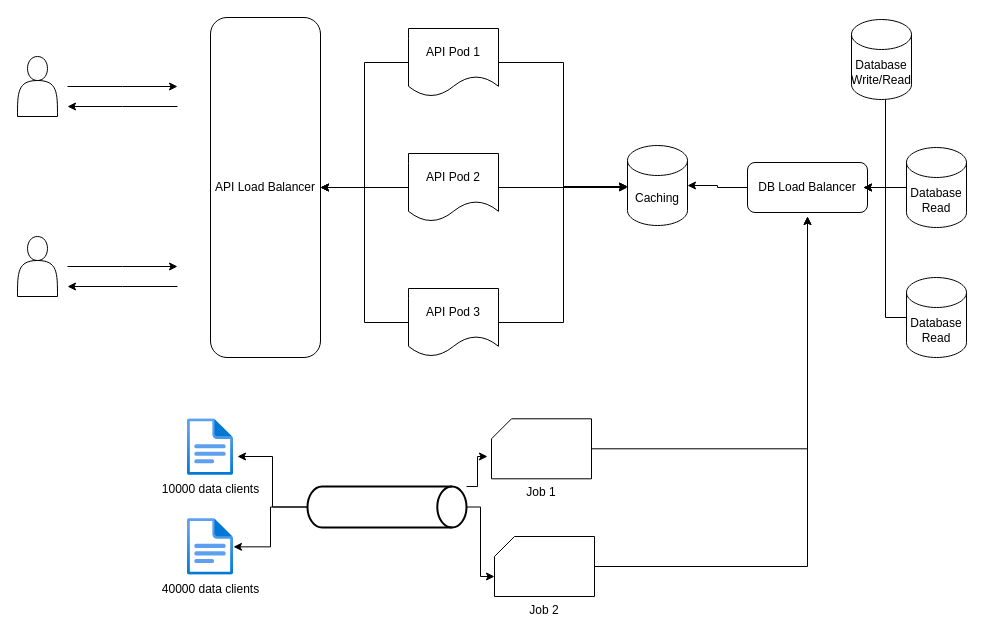
Before: System architecture.drawio in choucoder/multi-tenant-ats, a draw.io diagram. Source tidied: cells renumbered, new cells numbered last; positions are measured from the earlier drawing's top-left corner, leaving out a move shared by most shapes. Both pictures are drawn from the tidied source at 100%, with x=0, y=0 at pixel (17, 17).
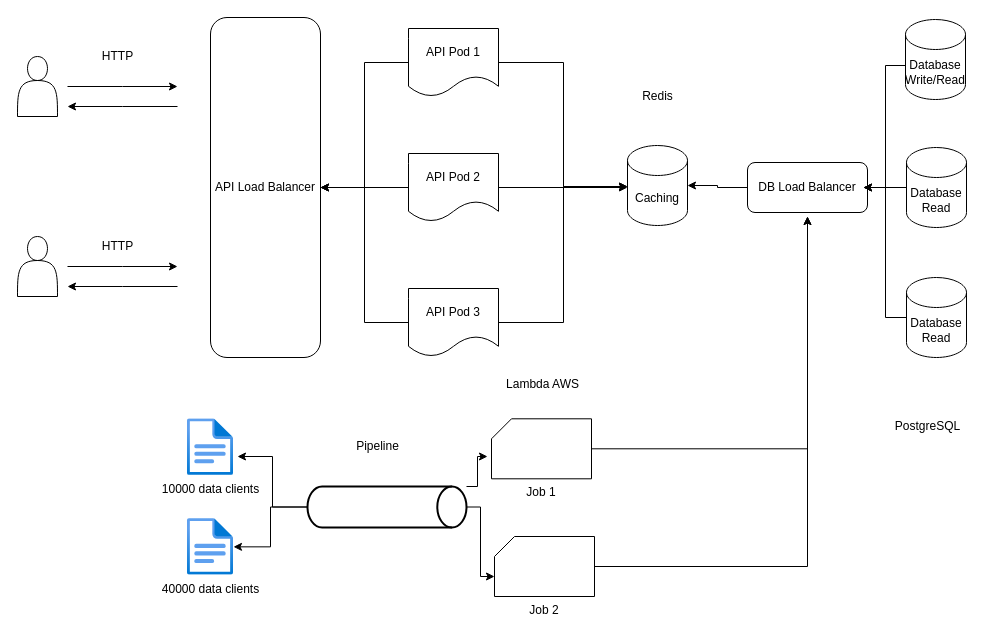
After the change.

What changed in the source:
```diff
@@
     <mxCell id="15" value="Database&lt;br&gt;Write/Read" style="shape=cylinder3;whiteSpace=wrap;html=1;boundedLbl=1;backgroundOutline=1;size=15;" parent="1" vertex="1">
-      <mxGeometry x="834" y="2" width="60" height="80" as="geometry" />
+      <mxGeometry x="888" y="2" width="60" height="80" as="geometry" />
     </mxCell>
@@
+    <mxCell id="38" value="HTTP" style="text;html=1;align=center;verticalAlign=middle;strokeColor=none;fillColor=none;" parent="1" vertex="1">
+      <mxGeometry x="75" y="24" width="50" height="30" as="geometry" />
+    </mxCell>
+    <mxCell id="39" value="HTTP" style="text;html=1;align=center;verticalAlign=middle;strokeColor=none;fillColor=none;" parent="1" vertex="1">
+      <mxGeometry x="75" y="214" width="50" height="30" as="geometry" />
+    </mxCell>
+    <mxCell id="40" value="Redis" style="text;html=1;align=center;verticalAlign=middle;strokeColor=none;fillColor=none;" parent="1" vertex="1">
+      <mxGeometry x="615" y="64" width="50" height="30" as="geometry" />
+    </mxCell>
+    <mxCell id="41" value="PostgreSQL" style="text;html=1;align=center;verticalAlign=middle;strokeColor=none;fillColor=none;" parent="1" vertex="1">
+      <mxGeometry x="865" y="394" width="90" height="30" as="geometry" />
+    </mxCell>
+    <mxCell id="42" value="Lambda AWS" style="text;html=1;align=center;verticalAlign=middle;strokeColor=none;fillColor=none;" parent="1" vertex="1">
+      <mxGeometry x="475" y="352" width="100" height="30" as="geometry" />
+    </mxCell>
+    <mxCell id="43" value="Pipeline" style="text;html=1;align=center;verticalAlign=middle;strokeColor=none;fillColor=none;" parent="1" vertex="1">
+      <mxGeometry x="325" y="414" width="70" height="30" as="geometry" />
+    </mxCell>
```
